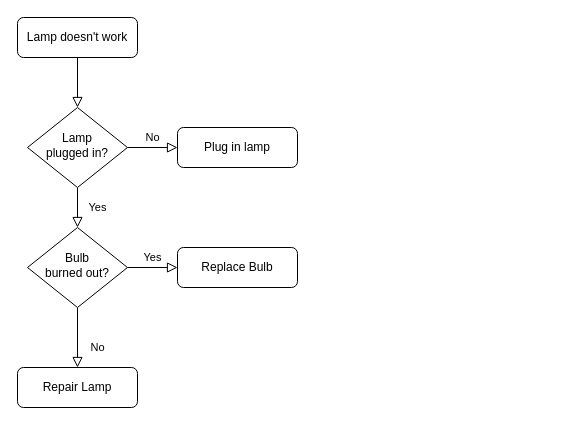
Before: Untitled Diagram.drawio in LivinLaDolceVita/LivinLaDolceVita, a draw.io diagram. Source tidied: cells renumbered, new cells numbered last; positions are measured from the earlier drawing's top-left corner, leaving out a move shared by most shapes. Both pictures are drawn from the tidied source at 100%, with x=0, y=0 at pixel (17, 17).
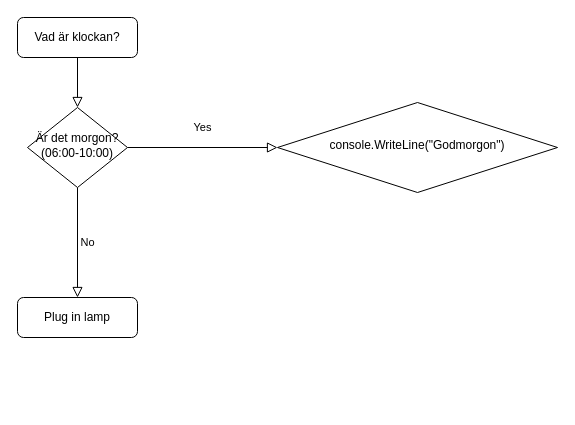
Above is the later version.

Change to the diagram source:
```diff
@@
 <mxGraphModel>
   <root>
     <mxCell id="0" />
     <mxCell id="1" parent="0" />
     <mxCell id="2" style="rounded=0;html=1;jettySize=auto;fontSize=11;endArrow=block;endFill=0;endSize=8;strokeWidth=1;shadow=0;labelBackgroundColor=none;edgeStyle=orthogonalEdgeStyle;" parent="1" edge="1" source="3" target="6">
       <mxGeometry relative="1" as="geometry" />
     </mxCell>
-    <mxCell id="3" value="Lamp doesn't work" style="rounded=1;whiteSpace=wrap;html=1;fontSize=12;glass=0;strokeWidth=1;shadow=0;" parent="1" vertex="1">
+    <mxCell id="3" value="Vad är klockan?" style="rounded=1;whiteSpace=wrap;html=1;fontSize=12;glass=0;strokeWidth=1;shadow=0;" parent="1" vertex="1">
       <mxGeometry width="120" height="40" as="geometry" />
     </mxCell>
     <mxCell id="4" value="Yes" style="rounded=0;html=1;jettySize=auto;fontSize=11;endArrow=block;endFill=0;endSize=8;strokeWidth=1;shadow=0;labelBackgroundColor=none;edgeStyle=orthogonalEdgeStyle;" parent="1" edge="1" source="6" target="10">
       <mxGeometry y="20" relative="1" as="geometry" />
     </mxCell>
     <mxCell id="5" value="No" style="edgeStyle=orthogonalEdgeStyle;rounded=0;html=1;jettySize=auto;fontSize=11;endArrow=block;endFill=0;endSize=8;strokeWidth=1;shadow=0;labelBackgroundColor=none;" parent="1" edge="1" source="6" target="7">
       <mxGeometry y="10" relative="1" as="geometry" />
     </mxCell>
-    <mxCell id="6" value="Lamp&lt;br&gt;plugged in?" style="rhombus;whiteSpace=wrap;html=1;shadow=0;fontFamily=Helvetica;fontSize=12;align=center;strokeWidth=1;spacing=6;spacingTop=-4;" parent="1" vertex="1">
+    <mxCell id="6" value="Är det morgon?&lt;br&gt;(06:00-10:00)" style="rhombus;whiteSpace=wrap;html=1;shadow=0;fontFamily=Helvetica;fontSize=12;align=center;strokeWidth=1;spacing=6;spacingTop=-4;" parent="1" vertex="1">
       <mxGeometry x="10" y="90" width="100" height="80" as="geometry" />
     </mxCell>
     <mxCell id="7" value="Plug in lamp" style="rounded=1;whiteSpace=wrap;html=1;fontSize=12;glass=0;strokeWidth=1;shadow=0;" parent="1" vertex="1">
-      <mxGeometry x="160" y="110" width="120" height="40" as="geometry" />
+      <mxGeometry y="280" width="120" height="40" as="geometry" />
     </mxCell>
-    <mxCell id="8" value="No" style="rounded=0;html=1;jettySize=auto;fontSize=11;endArrow=block;endFill=0;endSize=8;strokeWidth=1;shadow=0;labelBackgroundColor=none;edgeStyle=orthogonalEdgeStyle;" parent="1" edge="1" source="10" target="11">
-      <mxGeometry x="0.33" y="20" relative="1" as="geometry" />
-    </mxCell>
-    <mxCell id="9" value="Yes" style="edgeStyle=orthogonalEdgeStyle;rounded=0;html=1;jettySize=auto;fontSize=11;endArrow=block;endFill=0;endSize=8;strokeWidth=1;shadow=0;labelBackgroundColor=none;" parent="1" edge="1" source="10" target="12">
-      <mxGeometry y="10" relative="1" as="geometry" />
-    </mxCell>
-    <mxCell id="10" value="Bulb&lt;br&gt;burned out?" style="rhombus;whiteSpace=wrap;html=1;shadow=0;fontFamily=Helvetica;fontSize=12;align=center;strokeWidth=1;spacing=6;spacingTop=-4;" parent="1" vertex="1">
-      <mxGeometry x="10" y="210" width="100" height="80" as="geometry" />
+    <mxCell id="10" value="console.WriteLine(&quot;Godmorgon&quot;)" style="rhombus;whiteSpace=wrap;html=1;shadow=0;fontFamily=Helvetica;fontSize=12;align=center;strokeWidth=1;spacing=6;spacingTop=-4;" parent="1" vertex="1">
+      <mxGeometry x="260" y="85" width="280" height="90" as="geometry" />
     </mxCell>
-    <mxCell id="11" value="Repair Lamp" style="rounded=1;whiteSpace=wrap;html=1;fontSize=12;glass=0;strokeWidth=1;shadow=0;" parent="1" vertex="1">
-      <mxGeometry y="350" width="120" height="40" as="geometry" />
-    </mxCell>
-    <mxCell id="12" value="Replace Bulb" style="rounded=1;whiteSpace=wrap;html=1;fontSize=12;glass=0;strokeWidth=1;shadow=0;" parent="1" vertex="1">
-      <mxGeometry x="160" y="230" width="120" height="40" as="geometry" />
-    </mxCell>
   </root>
 </mxGraphModel>
```
